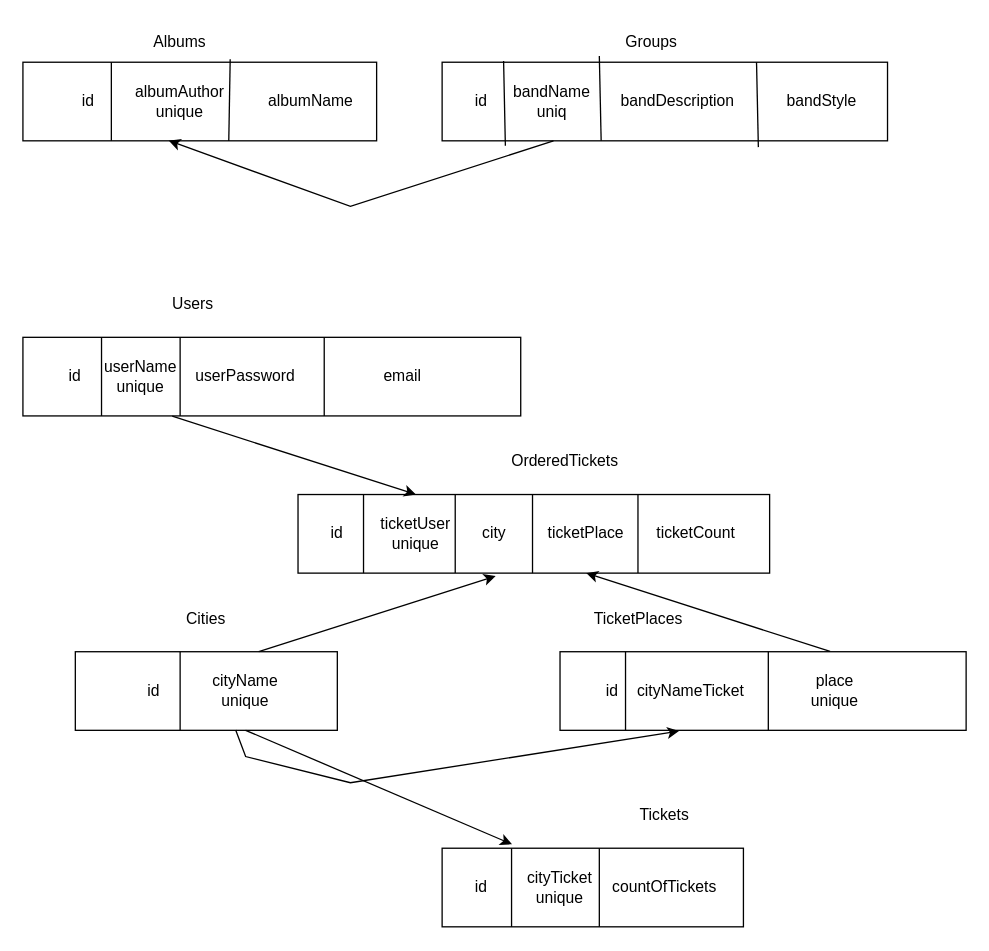
Before: test.drawio in Lordan0001/Course_Work_5_SEM, a draw.io diagram. Source tidied: cells renumbered, new cells numbered last; positions are measured from the earlier drawing's top-left corner, leaving out a move shared by most shapes. Both pictures are drawn from the tidied source at 131%, with x=0, y=0 at pixel (22, 22).
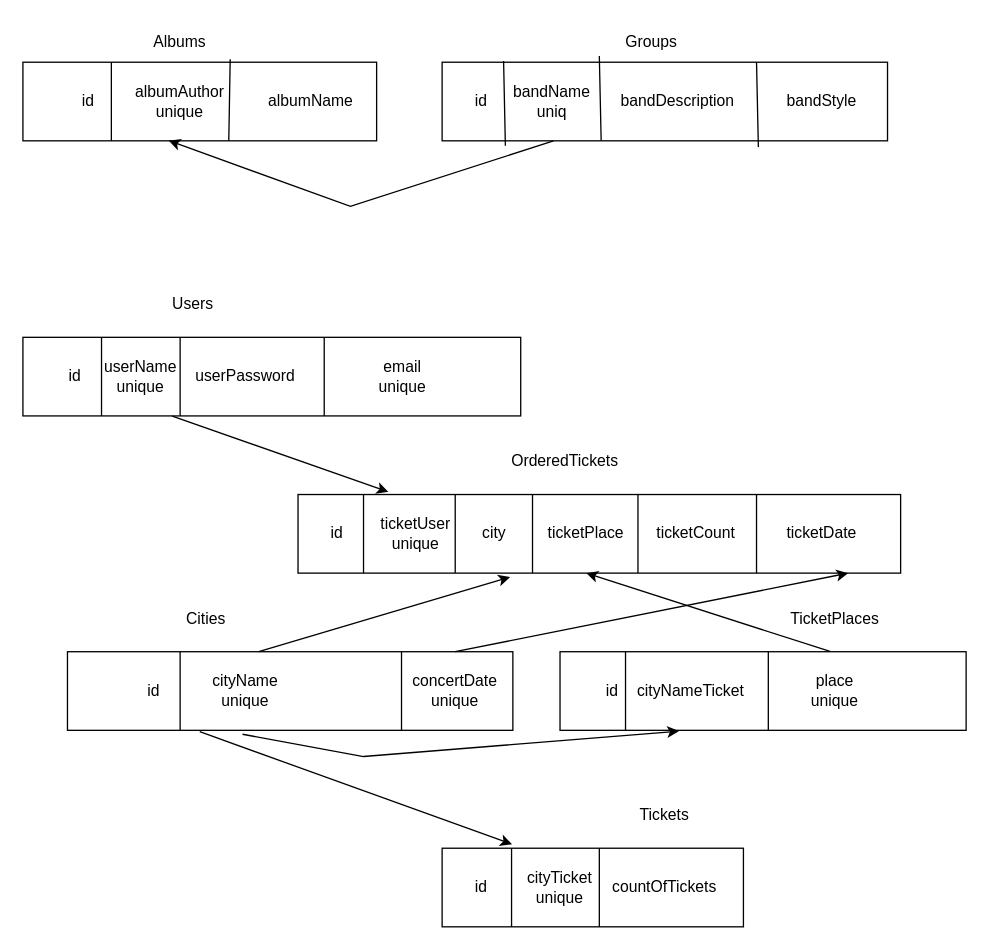
Above is the later version.

Unchanged cells that the change refers to:
```xml
<mxCell id="30" style="rounded=0;whiteSpace=wrap;html=1;" parent="1" vertex="1">
  <mxGeometry x="410" y="480" width="310" height="60" as="geometry" />
</mxCell>
<mxCell id="39" style="rounded=0;whiteSpace=wrap;html=1;" parent="1" vertex="1">
  <mxGeometry x="320" y="630" width="230" height="60" as="geometry" />
</mxCell>
<mxCell id="45" style="rounded=0;whiteSpace=wrap;html=1;" parent="1" vertex="1">
  <mxGeometry y="240" width="380" height="60" as="geometry" />
</mxCell>
```

Change to the diagram source:
```diff
@@
     <mxCell id="19" style="rounded=0;whiteSpace=wrap;html=1;" parent="1" vertex="1">
-      <mxGeometry x="210" y="360" width="360" height="60" as="geometry" />
+      <mxGeometry x="210" y="360" width="460" height="60" as="geometry" />
     </mxCell>
@@
     <mxCell id="26" style="rounded=0;whiteSpace=wrap;html=1;" parent="1" vertex="1">
-      <mxGeometry x="40" y="480" width="200" height="60" as="geometry" />
+      <mxGeometry x="34" y="480" width="340" height="60" as="geometry" />
     </mxCell>
@@
     <mxCell id="31" value="TicketPlaces" style="text;html=1;strokeColor=none;fillColor=none;align=center;verticalAlign=middle;whiteSpace=wrap;rounded=0;" parent="1" vertex="1">
-      <mxGeometry x="440" y="440" width="60" height="30" as="geometry" />
+      <mxGeometry x="590" y="440" width="60" height="30" as="geometry" />
     </mxCell>
@@
-    <mxCell id="36" style="endArrow=classic;html=1;rounded=0;entryX=0.293;entryY=1.01;entryDx=0;entryDy=0;entryPerimeter=0;exitX=0.612;exitY=0.997;exitDx=0;exitDy=0;exitPerimeter=0;" parent="1" edge="1" source="26" target="30">
+    <mxCell id="36" style="endArrow=classic;html=1;rounded=0;entryX=0.293;entryY=1.01;entryDx=0;entryDy=0;entryPerimeter=0;exitX=0.393;exitY=1.05;exitDx=0;exitDy=0;exitPerimeter=0;" parent="1" edge="1" source="26" target="30">
       <mxGeometry relative="1" as="geometry">
         <Array as="points">
-          <mxPoint x="170" y="560" />
-          <mxPoint x="250" y="580" />
+          <mxPoint x="260" y="560" />
         </Array>
       </mxGeometry>
     </mxCell>
@@
-    <mxCell id="38" style="endArrow=classic;html=1;rounded=0;entryX=0.419;entryY=1.037;entryDx=0;entryDy=0;entryPerimeter=0;" parent="1" edge="1" target="19">
+    <mxCell id="38" style="endArrow=classic;html=1;rounded=0;entryX=0.352;entryY=1.05;entryDx=0;entryDy=0;entryPerimeter=0;" parent="1" edge="1" target="19">
       <mxGeometry relative="1" as="geometry">
         <mxPoint x="180" y="480" as="sourcePoint" />
       </mxGeometry>
     </mxCell>
@@
-    <mxCell id="43" style="endArrow=classic;html=1;rounded=0;entryX=0.232;entryY=-0.05;entryDx=0;entryDy=0;entryPerimeter=0;" parent="1" edge="1" target="39">
-      <mxGeometry relative="1" as="geometry">
-        <mxPoint x="170" y="540" as="sourcePoint" />
-      </mxGeometry>
+    <mxCell id="43" style="endArrow=classic;html=1;rounded=0;entryX=0.232;entryY=-0.05;entryDx=0;entryDy=0;entryPerimeter=0;exitX=0.297;exitY=1.017;exitDx=0;exitDy=0;exitPerimeter=0;" parent="1" edge="1" source="26" target="39">
+      <mxGeometry relative="1" as="geometry" />
     </mxCell>
@@
-    <mxCell id="49" value="email" style="text;html=1;strokeColor=none;fillColor=none;align=center;verticalAlign=middle;whiteSpace=wrap;rounded=0;" parent="1" vertex="1">
+    <mxCell id="49" value="email&lt;br&gt;unique" style="text;html=1;strokeColor=none;fillColor=none;align=center;verticalAlign=middle;whiteSpace=wrap;rounded=0;" parent="1" vertex="1">
       <mxGeometry x="260" y="255" width="60" height="30" as="geometry" />
     </mxCell>
-    <mxCell id="50" style="endArrow=classic;html=1;rounded=0;entryX=0.25;entryY=0;entryDx=0;entryDy=0;exitX=0.3;exitY=1.003;exitDx=0;exitDy=0;exitPerimeter=0;" parent="1" edge="1" source="45" target="19">
+    <mxCell id="50" style="endArrow=classic;html=1;rounded=0;entryX=0.15;entryY=-0.033;entryDx=0;entryDy=0;exitX=0.3;exitY=1.003;exitDx=0;exitDy=0;exitPerimeter=0;entryPerimeter=0;" parent="1" edge="1" source="45" target="19">
       <mxGeometry relative="1" as="geometry" />
     </mxCell>
@@
+    <mxCell id="64" style="endArrow=none;html=1;rounded=0;exitX=0.75;exitY=1;exitDx=0;exitDy=0;entryX=0.75;entryY=0;entryDx=0;entryDy=0;" parent="1" edge="1" source="26" target="26">
+      <mxGeometry relative="1" as="geometry" />
+    </mxCell>
+    <mxCell id="65" value="concertDate&lt;br&gt;unique" style="text;html=1;strokeColor=none;fillColor=none;align=center;verticalAlign=middle;whiteSpace=wrap;rounded=0;" parent="1" vertex="1">
+      <mxGeometry x="300" y="495" width="60" height="30" as="geometry" />
+    </mxCell>
+    <mxCell id="66" style="endArrow=none;html=1;rounded=0;" parent="1" edge="1">
+      <mxGeometry relative="1" as="geometry">
+        <mxPoint x="560" y="420" as="sourcePoint" />
+        <mxPoint x="560" y="360" as="targetPoint" />
+      </mxGeometry>
+    </mxCell>
+    <mxCell id="67" value="ticketDate" style="text;html=1;strokeColor=none;fillColor=none;align=center;verticalAlign=middle;whiteSpace=wrap;rounded=0;" parent="1" vertex="1">
+      <mxGeometry x="580" y="375" width="60" height="30" as="geometry" />
+    </mxCell>
+    <mxCell id="68" style="endArrow=classic;html=1;rounded=0;entryX=0.913;entryY=1;entryDx=0;entryDy=0;entryPerimeter=0;" parent="1" edge="1" target="19">
+      <mxGeometry relative="1" as="geometry">
+        <mxPoint x="330" y="480" as="sourcePoint" />
+      </mxGeometry>
+    </mxCell>
```
